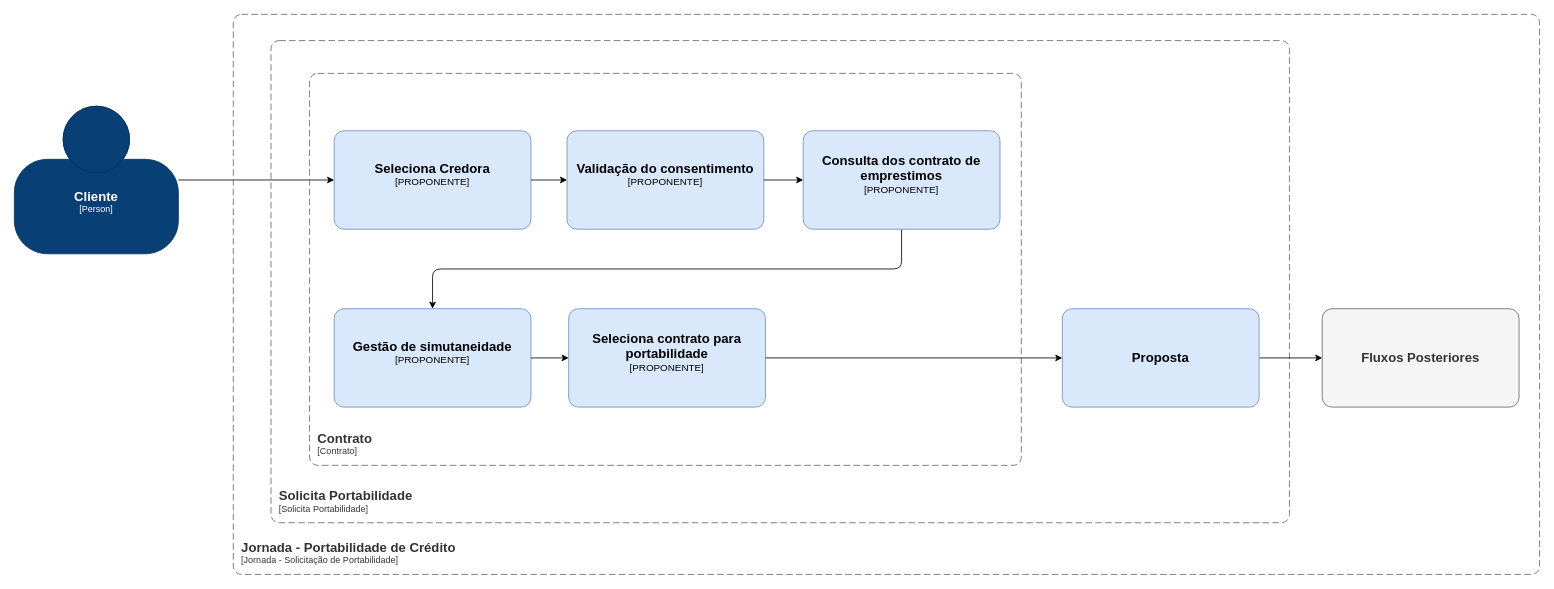
Before: page "Contrato" (4 of 25) of portabilidade_credito.drawio in andreferreiratrindade/portabilidade_credito_draw, a draw.io diagram. Source tidied: cells renumbered, new cells numbered last; positions are measured from the earlier drawing's top-left corner, leaving out a move shared by most shapes. Both pictures are drawn from the tidied source at 82%, with x=0, y=0 at pixel (14, 14).
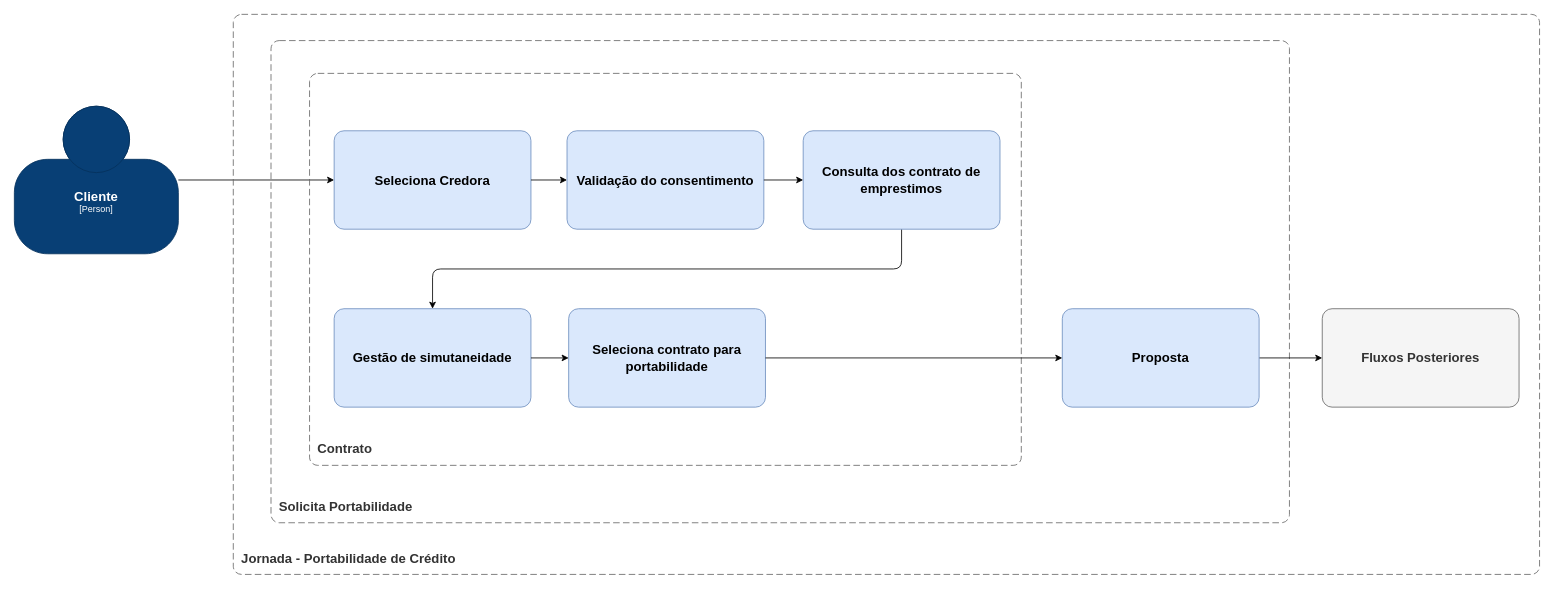
After the change.

Diff of the diagram source:
```diff
@@
-    <object id="4" label="&lt;font style=&quot;font-size: 16px&quot;&gt;&lt;b&gt;&lt;div style=&quot;text-align: left&quot;&gt;%c4Name%&lt;/div&gt;&lt;/b&gt;&lt;/font&gt;&lt;div style=&quot;text-align: left&quot;&gt;[%c4Application%]&lt;/div&gt;" c4Application="Solicita Portabilidade" c4Name="Solicita Portabilidade" placeholders="1">
+    <object id="4" label="&lt;font style=&quot;font-size: 16px&quot;&gt;&lt;b&gt;&lt;div style=&quot;text-align: left&quot;&gt;%c4Name%&lt;/div&gt;&lt;/b&gt;&lt;/font&gt;" c4Name="Solicita Portabilidade" placeholders="1">
       <mxCell style="rounded=1;fontSize=11;whiteSpace=wrap;html=1;dashed=1;arcSize=20;fillColor=none;strokeColor=#666666;fontColor=#333333;labelBackgroundColor=none;align=left;verticalAlign=bottom;labelBorderColor=none;spacingTop=0;spacing=10;dashPattern=8 4;perimeter=rectanglePerimeter;noLabel=0;labelPadding=0;absoluteArcSize=1;" parent="1" vertex="1">
         <mxGeometry x="313" y="32" width="1242" height="588" as="geometry" />
       </mxCell>
     </object>
-    <object id="5" label="&lt;font style=&quot;font-size: 16px&quot;&gt;&lt;b&gt;&lt;div style=&quot;text-align: left&quot;&gt;%c4Name%&lt;/div&gt;&lt;/b&gt;&lt;/font&gt;&lt;div style=&quot;text-align: left&quot;&gt;[%c4Application%]&lt;/div&gt;" c4Application="Contrato" c4Name="Contrato" placeholders="1">
+    <object id="5" label="&lt;font style=&quot;font-size: 16px&quot;&gt;&lt;b&gt;&lt;div style=&quot;text-align: left&quot;&gt;%c4Name%&lt;/div&gt;&lt;/b&gt;&lt;/font&gt;" c4Name="Contrato" placeholders="1">
       <mxCell style="rounded=1;fontSize=11;whiteSpace=wrap;html=1;dashed=1;arcSize=20;fillColor=none;strokeColor=#666666;fontColor=#333333;labelBackgroundColor=none;align=left;verticalAlign=bottom;labelBorderColor=none;spacingTop=0;spacing=10;dashPattern=8 4;perimeter=rectanglePerimeter;noLabel=0;labelPadding=0;absoluteArcSize=1;" parent="1" vertex="1">
         <mxGeometry x="360" y="72" width="868" height="478" as="geometry" />
       </mxCell>
     </object>
-    <object id="6" label="&lt;font style=&quot;font-size: 16px&quot;&gt;&lt;b&gt;%c4Name%&lt;/b&gt;&lt;/font&gt;&lt;div&gt;[%c4Type%]&lt;/div&gt;&lt;br&gt;&lt;div&gt;&lt;font style=&quot;font-size: 11px&quot;&gt;&lt;font color=&quot;#cccccc&quot;&gt;%c4Description%&lt;/font&gt;&lt;/div&gt;" c4Description="" c4Name="Seleciona Credora" c4Type="PROPONENTE" placeholders="1">
+    <object id="6" label="&lt;font style=&quot;font-size: 16px&quot;&gt;&lt;b&gt;%c4Name%&lt;/b&gt;&lt;/font&gt;&lt;br&gt;&lt;div&gt;&lt;font style=&quot;font-size: 11px&quot;&gt;&lt;font color=&quot;#cccccc&quot;&gt;%c4Description%&lt;/font&gt;&lt;/div&gt;" c4Description="" c4Name="Seleciona Credora" placeholders="1">
       <mxCell style="rounded=1;whiteSpace=wrap;html=1;labelBackgroundColor=none;fillColor=#dae8fc;align=center;arcSize=10;strokeColor=#6c8ebf;points=[[0.25,0,0],[0.5,0,0],[0.75,0,0],[1,0.25,0],[1,0.5,0],[1,0.75,0],[0.75,1,0],[0.5,1,0],[0.25,1,0],[0,0.75,0],[0,0.5,0],[0,0.25,0]];" parent="1" vertex="1">
         <mxGeometry x="390" y="142" width="240" height="120" as="geometry" />
       </mxCell>
     </object>
-    <object id="7" label="&lt;font style=&quot;font-size: 16px&quot;&gt;&lt;b&gt;%c4Name%&lt;/b&gt;&lt;/font&gt;&lt;div&gt;[%c4Type%]&lt;/div&gt;&lt;br&gt;&lt;div&gt;&lt;font style=&quot;font-size: 11px&quot;&gt;&lt;font color=&quot;#cccccc&quot;&gt;%c4Description%&lt;/font&gt;&lt;/div&gt;" c4Description="" c4Name="Validação do consentimento" c4Type="PROPONENTE" placeholders="1">
+    <object id="7" label="&lt;font style=&quot;font-size: 16px&quot;&gt;&lt;b&gt;%c4Name%&lt;/b&gt;&lt;/font&gt;&lt;br&gt;&lt;div&gt;&lt;font style=&quot;font-size: 11px&quot;&gt;&lt;font color=&quot;#cccccc&quot;&gt;%c4Description%&lt;/font&gt;&lt;/div&gt;" c4Description="" c4Name="Validação do consentimento" placeholders="1">
       <mxCell style="rounded=1;whiteSpace=wrap;html=1;labelBackgroundColor=none;fillColor=#dae8fc;align=center;arcSize=10;strokeColor=#6c8ebf;points=[[0.25,0,0],[0.5,0,0],[0.75,0,0],[1,0.25,0],[1,0.5,0],[1,0.75,0],[0.75,1,0],[0.5,1,0],[0.25,1,0],[0,0.75,0],[0,0.5,0],[0,0.25,0]];" parent="1" vertex="1">
         <mxGeometry x="674" y="142" width="240" height="120" as="geometry" />
       </mxCell>
     </object>
@@
-    <object id="10" label="&lt;font style=&quot;font-size: 16px&quot;&gt;&lt;b&gt;%c4Name%&lt;/b&gt;&lt;/font&gt;&lt;div&gt;[%c4Type%]&lt;/div&gt;&lt;br&gt;&lt;div&gt;&lt;font style=&quot;font-size: 11px&quot;&gt;&lt;font color=&quot;#cccccc&quot;&gt;%c4Description%&lt;/font&gt;&lt;/div&gt;" c4Description="" c4Name="Consulta dos contrato de emprestimos" c4Type="PROPONENTE" placeholders="1">
+    <object id="10" label="&lt;font style=&quot;font-size: 16px&quot;&gt;&lt;b&gt;%c4Name%&lt;/b&gt;&lt;/font&gt;&lt;br&gt;&lt;div&gt;&lt;font style=&quot;font-size: 11px&quot;&gt;&lt;font color=&quot;#cccccc&quot;&gt;%c4Description%&lt;/font&gt;&lt;/div&gt;" c4Description="" c4Name="Consulta dos contrato de emprestimos" placeholders="1">
       <mxCell style="rounded=1;whiteSpace=wrap;html=1;labelBackgroundColor=none;fillColor=#dae8fc;align=center;arcSize=10;strokeColor=#6c8ebf;points=[[0.25,0,0],[0.5,0,0],[0.75,0,0],[1,0.25,0],[1,0.5,0],[1,0.75,0],[0.75,1,0],[0.5,1,0],[0.25,1,0],[0,0.75,0],[0,0.5,0],[0,0.25,0]];" parent="1" vertex="1">
         <mxGeometry x="962" y="142" width="240" height="120" as="geometry" />
       </mxCell>
     </object>
-    <object id="11" label="&lt;font style=&quot;font-size: 16px&quot;&gt;&lt;b&gt;%c4Name%&lt;/b&gt;&lt;/font&gt;&lt;div&gt;[%c4Type%]&lt;/div&gt;&lt;br&gt;&lt;div&gt;&lt;font style=&quot;font-size: 11px&quot;&gt;&lt;font color=&quot;#cccccc&quot;&gt;%c4Description%&lt;/font&gt;&lt;/div&gt;" c4Description="" c4Name="Gestão de simutaneidade" c4Type="PROPONENTE" placeholders="1">
+    <object id="11" label="&lt;font style=&quot;font-size: 16px&quot;&gt;&lt;b&gt;%c4Name%&lt;/b&gt;&lt;/font&gt;&lt;br&gt;&lt;div&gt;&lt;font style=&quot;font-size: 11px&quot;&gt;&lt;font color=&quot;#cccccc&quot;&gt;%c4Description%&lt;/font&gt;&lt;/div&gt;" c4Description="" c4Name="Gestão de simutaneidade" placeholders="1">
       <mxCell style="rounded=1;whiteSpace=wrap;html=1;labelBackgroundColor=none;fillColor=#dae8fc;align=center;arcSize=10;strokeColor=#6c8ebf;points=[[0.25,0,0],[0.5,0,0],[0.75,0,0],[1,0.25,0],[1,0.5,0],[1,0.75,0],[0.75,1,0],[0.5,1,0],[0.25,1,0],[0,0.75,0],[0,0.5,0],[0,0.25,0]];" parent="1" vertex="1">
         <mxGeometry x="390" y="359" width="240" height="120" as="geometry" />
       </mxCell>
     </object>
@@
-    <object id="15" label="&lt;font style=&quot;font-size: 16px&quot;&gt;&lt;b&gt;&lt;div style=&quot;text-align: left&quot;&gt;%c4Name%&lt;/div&gt;&lt;/b&gt;&lt;/font&gt;&lt;div style=&quot;text-align: left&quot;&gt;[%c4Application%]&lt;/div&gt;" c4Application="Jornada - Solicitação de Portabilidade" c4Name="Jornada - Portabilidade de Crédito" placeholders="1">
+    <object id="15" label="&lt;font style=&quot;font-size: 16px&quot;&gt;&lt;b&gt;&lt;div style=&quot;text-align: left&quot;&gt;%c4Name%&lt;/div&gt;&lt;/b&gt;&lt;/font&gt;" c4Name="Jornada - Portabilidade de Crédito" placeholders="1">
       <mxCell style="rounded=1;fontSize=11;whiteSpace=wrap;html=1;dashed=1;arcSize=20;fillColor=none;strokeColor=#666666;fontColor=#333333;labelBackgroundColor=none;align=left;verticalAlign=bottom;labelBorderColor=none;spacingTop=0;spacing=10;dashPattern=8 4;perimeter=rectanglePerimeter;noLabel=0;labelPadding=0;absoluteArcSize=1;" parent="1" vertex="1">
         <mxGeometry x="267" width="1593" height="683" as="geometry" />
       </mxCell>
     </object>
@@
-    <object id="17" label="&lt;font style=&quot;font-size: 16px&quot;&gt;&lt;b&gt;%c4Name%&lt;/b&gt;&lt;/font&gt;&lt;div&gt;[%c4Type%]&lt;/div&gt;&lt;br&gt;&lt;div&gt;&lt;font style=&quot;font-size: 11px&quot;&gt;&lt;font color=&quot;#cccccc&quot;&gt;%c4Description%&lt;/font&gt;&lt;/div&gt;" c4Description="" c4Name="Seleciona contrato para portabilidade" c4Type="PROPONENTE" placeholders="1">
+    <object id="17" label="&lt;font style=&quot;font-size: 16px&quot;&gt;&lt;b&gt;%c4Name%&lt;/b&gt;&lt;/font&gt;&lt;br&gt;&lt;div&gt;&lt;font style=&quot;font-size: 11px&quot;&gt;&lt;font color=&quot;#cccccc&quot;&gt;%c4Description%&lt;/font&gt;&lt;/div&gt;" c4Description="" c4Name="Seleciona contrato para portabilidade" placeholders="1">
       <mxCell style="rounded=1;whiteSpace=wrap;html=1;labelBackgroundColor=none;fillColor=#dae8fc;align=center;arcSize=10;strokeColor=#6c8ebf;points=[[0.25,0,0],[0.5,0,0],[0.75,0,0],[1,0.25,0],[1,0.5,0],[1,0.75,0],[0.75,1,0],[0.5,1,0],[0.25,1,0],[0,0.75,0],[0,0.5,0],[0,0.25,0]];" parent="1" vertex="1">
         <mxGeometry x="676" y="359" width="240" height="120" as="geometry" />
       </mxCell>
     </object>
```
